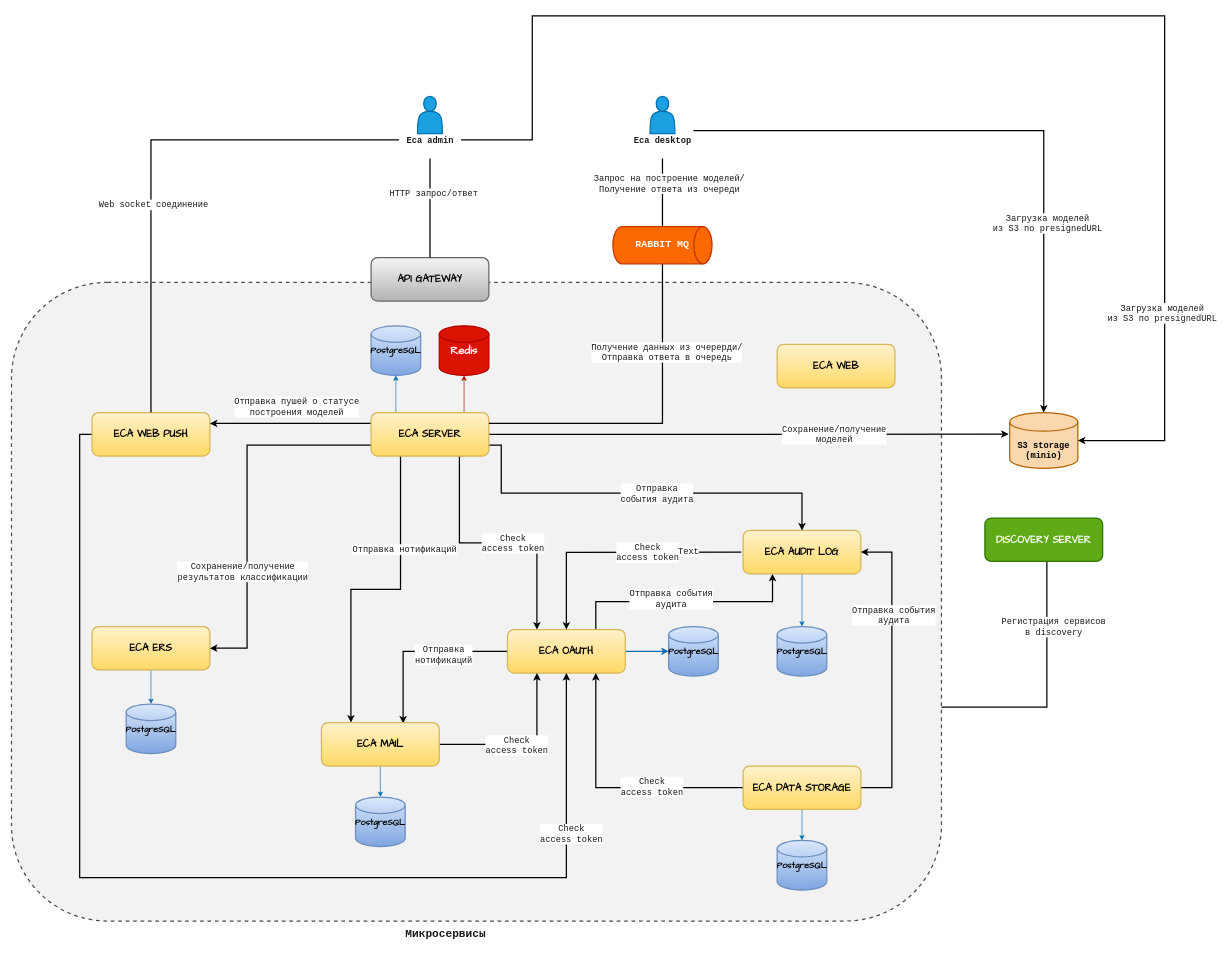
Before: doc/schemas/eca-service-architecture.drawio in Stonnos/eca-service, a draw.io diagram. Source tidied: cells renumbered, new cells numbered last; positions are measured from the earlier drawing's top-left corner, leaving out a move shared by most shapes. Both pictures are drawn from the tidied source at 62%, with x=0, y=0 at pixel (11, 16).
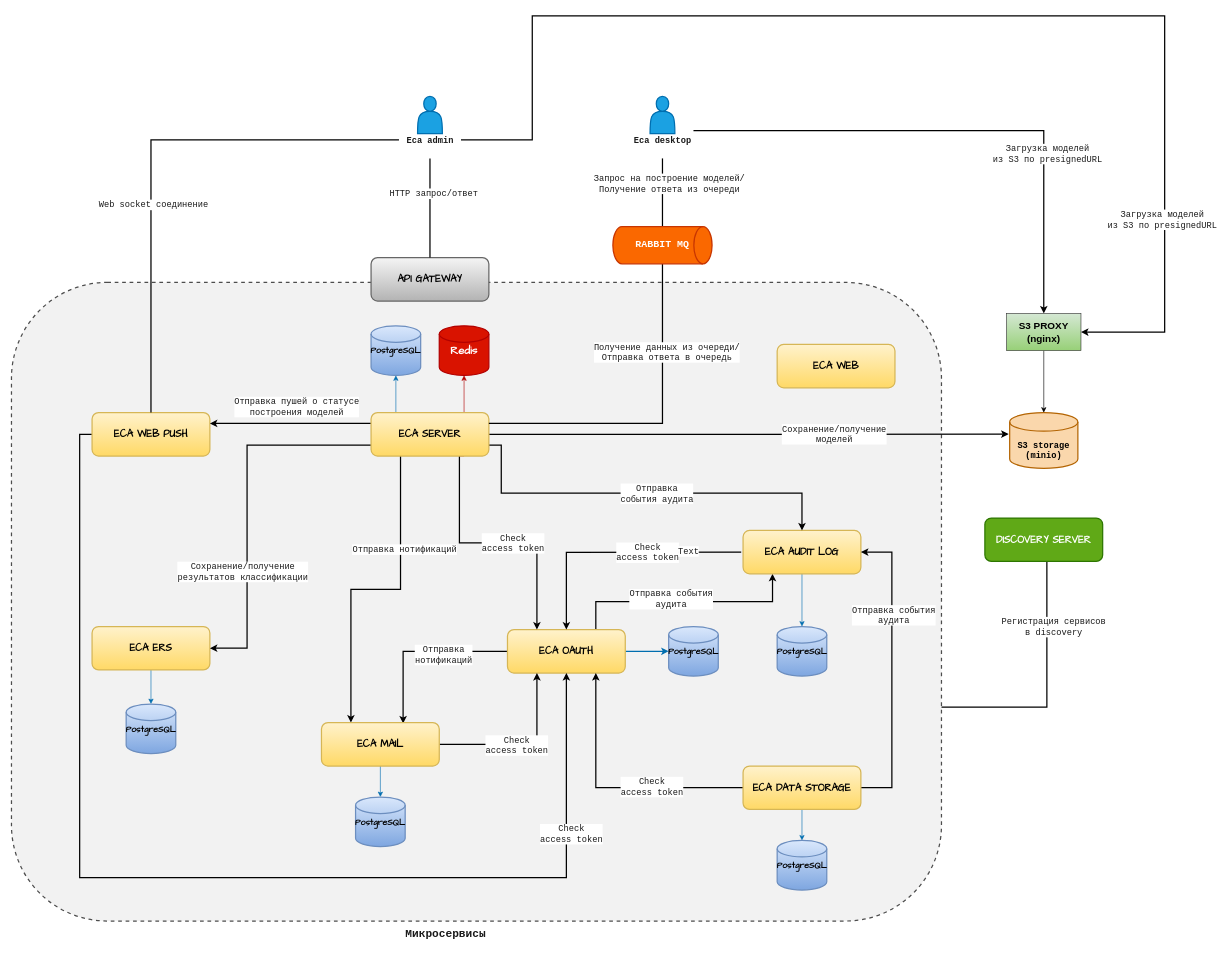
The same diagram, later.

Commit message (it also covers changes not shown here):
#ES-213 - updated eca-service-architecture.drawio. Added s3 proxy component

The change refers to these unchanged cells:
```xml
<mxCell id="55" style="edgeStyle=orthogonalEdgeStyle;rounded=0;jettySize=auto;html=1;exitX=0.5;exitY=1;exitDx=0;exitDy=0;exitPerimeter=0;entryX=1;entryY=0.25;entryDx=0;entryDy=0;fontFamily=Courier New;fontSize=14;fontColor=#1A1A1A;endArrow=none;endFill=0;strokeWidth=2;" parent="1" edge="1" source="57" target="43">
  <mxGeometry relative="1" as="geometry">
    <Array as="points">
      <mxPoint x="1050" y="658" />
    </Array>
  </mxGeometry>
</mxCell>
<mxCell id="60" value="&lt;font style=&quot;font-size: 14px;&quot; color=&quot;#1a1a1a&quot;&gt;Eca desktop&lt;/font&gt;" style="text;strokeColor=none;fillColor=none;html=1;fontSize=24;fontStyle=1;verticalAlign=middle;align=center;fontFamily=Courier New;fontColor=#FFFFFF;" parent="58" vertex="1">
  <mxGeometry y="40" width="100" height="60" as="geometry" />
</mxCell>
<mxCell id="63" value="&lt;font style=&quot;font-size: 14px;&quot; color=&quot;#1a1a1a&quot;&gt;Eca admin&lt;/font&gt;" style="text;strokeColor=none;fillColor=none;html=1;fontSize=24;fontStyle=1;verticalAlign=middle;align=center;fontFamily=Courier New;fontColor=#FFFFFF;" parent="61" vertex="1">
  <mxGeometry y="40" width="100" height="60" as="geometry" />
</mxCell>
<mxCell id="68" value="&lt;b&gt;&lt;br&gt;&lt;br&gt;S3 storage&lt;br&gt;(minio)&lt;br&gt;&lt;/b&gt;" style="strokeWidth=2;html=1;shape=mxgraph.flowchart.database;whiteSpace=wrap;fontFamily=Courier New;fontSize=14;fillColor=#fad7ac;strokeColor=#b46504;" parent="1" vertex="1">
  <mxGeometry x="1610" y="640" width="110" height="90" as="geometry" />
</mxCell>
```

The edit, as a diff of the source:
```diff
@@
-    <mxCell id="56" value="Получение данных из очерерди/&lt;br&gt;Отправка ответа в очередь" style="edgeLabel;html=1;align=center;verticalAlign=middle;fontSize=14;fontFamily=Courier New;fontColor=#1A1A1A;" parent="55" vertex="1">
+    <mxCell id="56" value="Получение данных из очереди/&lt;br&gt;Отправка ответа в очередь" style="edgeLabel;html=1;align=center;verticalAlign=middle;fontSize=14;fontFamily=Courier New;fontColor=#1A1A1A;" parent="55" vertex="1">
       <mxGeometry x="-0.47" y="6" relative="1" as="geometry" />
     </mxCell>
@@
-    <mxCell id="73" style="edgeStyle=orthogonalEdgeStyle;rounded=0;jettySize=auto;html=1;exitX=1;exitY=0.25;exitDx=0;exitDy=0;entryX=0.5;entryY=0;entryDx=0;entryDy=0;entryPerimeter=0;fontFamily=Courier New;fontSize=14;fontColor=#1A1A1A;endArrow=classic;endFill=1;strokeWidth=2;" parent="1" edge="1" source="60" target="68">
+    <mxCell id="73" style="edgeStyle=orthogonalEdgeStyle;rounded=0;jettySize=auto;html=1;exitX=1;exitY=0.25;exitDx=0;exitDy=0;entryX=0.5;entryY=0;entryDx=0;entryDy=0;fontFamily=Courier New;fontSize=14;fontColor=#1A1A1A;endArrow=classic;endFill=1;strokeWidth=2;" parent="1" edge="1" source="60" target="78">
       <mxGeometry relative="1" as="geometry" />
     </mxCell>
@@
-    <mxCell id="75" style="edgeStyle=orthogonalEdgeStyle;rounded=0;jettySize=auto;html=1;exitX=1;exitY=0.5;exitDx=0;exitDy=0;entryX=1;entryY=0.5;entryDx=0;entryDy=0;entryPerimeter=0;fontFamily=Courier New;fontSize=14;fontColor=#1A1A1A;endArrow=classic;endFill=1;strokeWidth=2;" parent="1" edge="1" source="63" target="68">
+    <mxCell id="75" style="edgeStyle=orthogonalEdgeStyle;rounded=0;jettySize=auto;html=1;exitX=1;exitY=0.5;exitDx=0;exitDy=0;entryX=1;entryY=0.5;entryDx=0;entryDy=0;fontFamily=Courier New;fontSize=14;fontColor=#1A1A1A;endArrow=classic;endFill=1;strokeWidth=2;" parent="1" edge="1" source="63" target="78">
       <mxGeometry relative="1" as="geometry">
         <Array as="points">
           <mxPoint x="840" y="200" />
           <mxPoint x="840" />
           <mxPoint x="1860" />
-          <mxPoint x="1860" y="685" />
+          <mxPoint x="1860" y="510" />
         </Array>
       </mxGeometry>
     </mxCell>
@@
+    <mxCell id="77" style="edgeStyle=orthogonalEdgeStyle;rounded=0;jettySize=auto;html=1;exitX=0.5;exitY=1;exitDx=0;exitDy=0;fontSize=16;" parent="1" edge="1" source="78" target="68">
+      <mxGeometry relative="1" as="geometry" />
+    </mxCell>
+    <mxCell id="78" value="&lt;b style=&quot;font-size: 16px;&quot;&gt;S3 PROXY&lt;br&gt;(nginx)&lt;/b&gt;" style="rounded=0;whiteSpace=wrap;html=1;fillColor=#d5e8d4;strokeColor=#333333;gradientColor=#97d077;" parent="1" vertex="1">
+      <mxGeometry x="1605" y="480" width="120" height="60" as="geometry" />
+    </mxCell>
```
